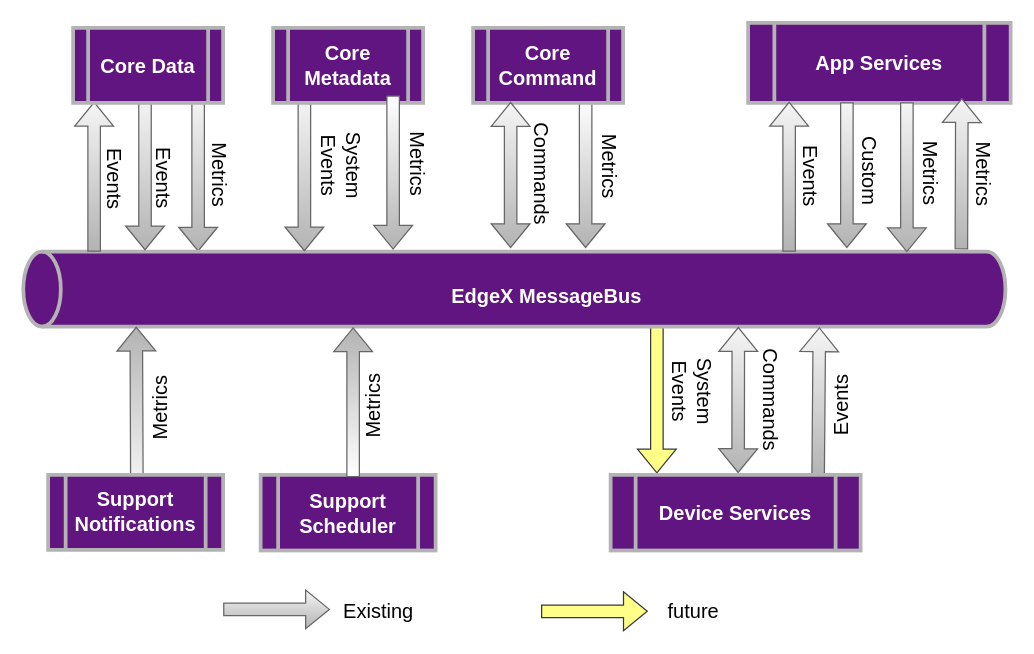
Earlier version of the draw.io diagram docs_src/microservices/general/messagebus diagram.drawio (edgexfoundry/edgex-docs). Source tidied: cells renumbered, new cells numbered last; positions are measured from the earlier drawing's top-left corner, leaving out a move shared by most shapes. Both pictures are drawn from the tidied source at 125%, with x=0, y=0 at pixel (48, -202).
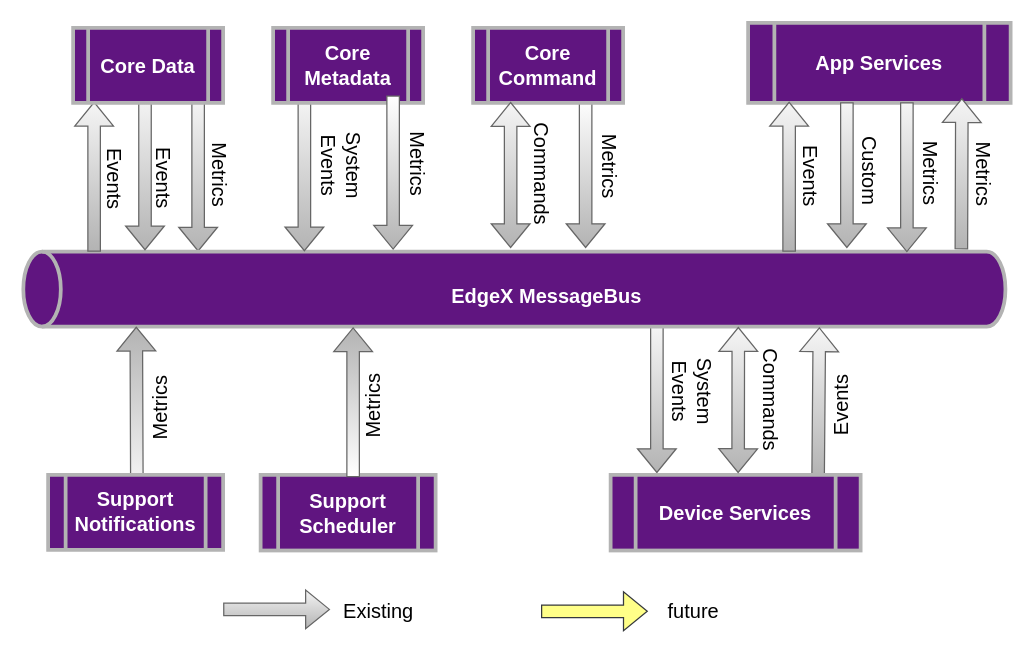
After the change.

Commit message (it also covers changes not shown here):
refactor: Refine the EdgeX MessageBus docs (#1224)

Change to the diagram source:
```diff
@@
     <mxCell id="2" style="group;" parent="1" vertex="1">
-      <mxGeometry x="487" y="416.8" width="35" height="123.5" as="geometry" />
+      <mxGeometry x="487" y="416.8" width="61" height="123.5" as="geometry" />
     </mxCell>
-    <mxCell id="3" style="group;" parent="2" vertex="1">
-      <mxGeometry width="35" height="123.5" as="geometry" />
-    </mxCell>
-    <mxCell id="4" style="shape=flexArrow;endArrow=classic;html=1;rounded=0;fontSize=16;fillColor=#ffff88;strokeColor=#36393d;" parent="3" edge="1">
-      <mxGeometry relative="1" as="geometry">
-        <mxPoint as="sourcePoint" />
-        <mxPoint y="123.5" as="targetPoint" />
-      </mxGeometry>
-    </mxCell>
-    <mxCell id="5" value="System Events" style="text;html=1;strokeColor=none;fillColor=none;align=center;verticalAlign=middle;whiteSpace=wrap;rounded=0;fontSize=16;rotation=90;" parent="3" vertex="1">
+    <mxCell id="5" value="System Events" style="text;html=1;strokeColor=none;fillColor=none;align=center;verticalAlign=middle;whiteSpace=wrap;rounded=0;fontSize=16;rotation=90;" parent="2" vertex="1">
       <mxGeometry x="-4" y="43" width="65" height="30" as="geometry" />
     </mxCell>
+    <mxCell id="63" style="shape=flexArrow;endArrow=classic;html=1;rounded=0;fontSize=16;fillColor=#f5f5f5;gradientColor=#b3b3b3;strokeColor=#666666;" parent="2" edge="1">
+      <mxGeometry relative="1" as="geometry">
+        <mxPoint y="5.9" as="sourcePoint" />
+        <mxPoint y="123.2" as="targetPoint" />
+      </mxGeometry>
+    </mxCell>
```
